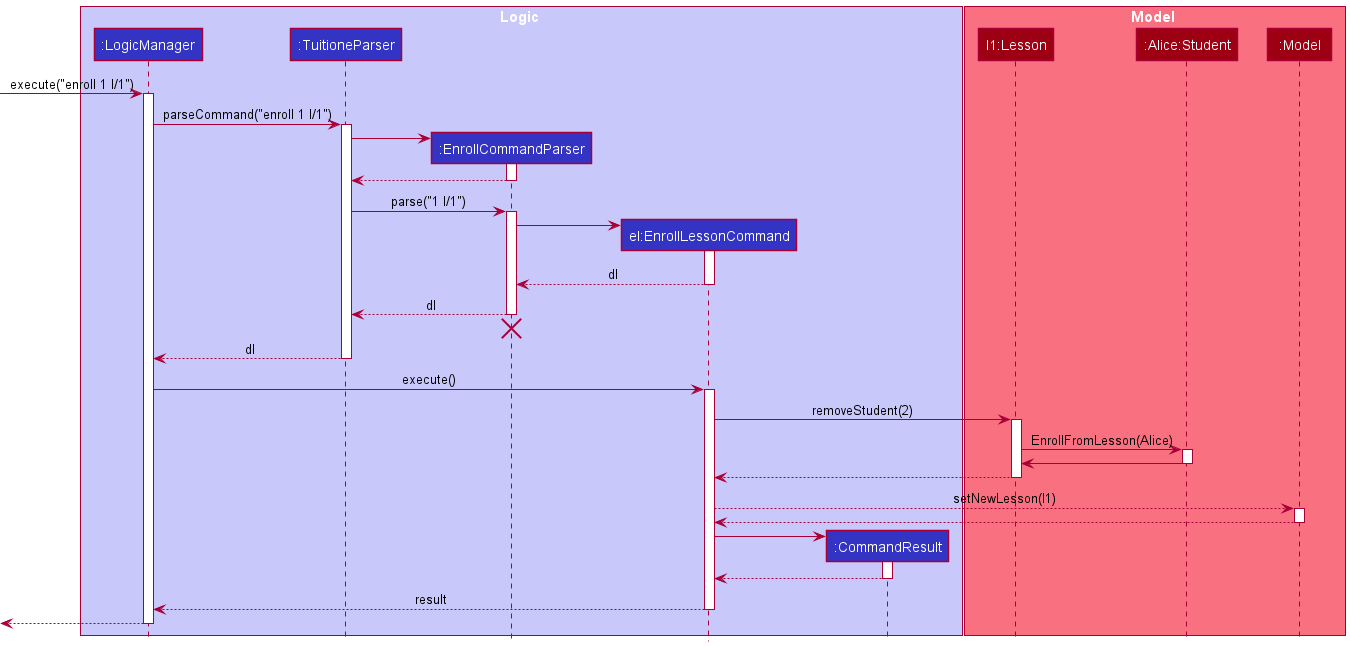
Before: docs/images/DeveloperGuideImage/EnrollLessonSequenceDiagram.png, a diagram exported from PlantUML (nus-cs2103-AY2122S1/tp).
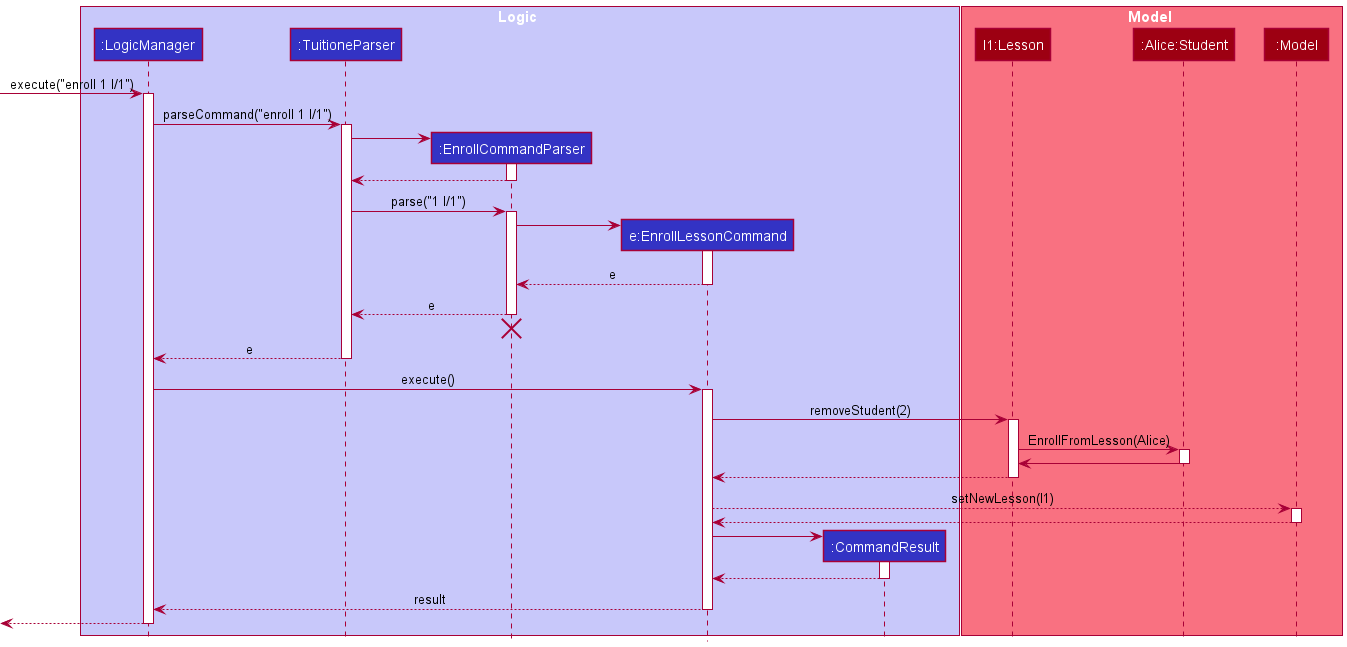
After the change.

Commit message:
Updates to Enroll sequence and activity diagrams

Change to the diagram source:
```diff
@@ -5,7 +5,7 @@
 participant ":LogicManager" as LogicManager LOGIC_COLOR
 participant ":TuitioneParser" as TuitioneParser LOGIC_COLOR
 participant ":EnrollCommandParser" as EnrollCommandParser LOGIC_COLOR
-participant "el:EnrollLessonCommand" as EnrollLessonCommand LOGIC_COLOR
+participant "e:EnrollLessonCommand" as EnrollLessonCommand LOGIC_COLOR
 participant ":CommandResult" as CommandResult LOGIC_COLOR
 end box
 
@@ -13,8 +13,6 @@
 participant "l1:Lesson" as Lesson MODEL_COLOR
 participant ":Alice:Student" as Student MODEL_COLOR
 participant ":Model" as Model MODEL_COLOR
-
-
 
 end box
 
@@ -38,15 +36,15 @@
 EnrollCommandParser -> EnrollLessonCommand :
 activate EnrollLessonCommand
 
-EnrollLessonCommand --> EnrollCommandParser : dl
+EnrollLessonCommand --> EnrollCommandParser : e
 deactivate EnrollLessonCommand
 
-EnrollCommandParser --> TuitioneParser : dl
+EnrollCommandParser --> TuitioneParser : e
 deactivate EnrollCommandParser
 EnrollCommandParser -[hidden]-> TuitioneParser
 destroy EnrollCommandParser
 
-TuitioneParser --> LogicManager  : dl
+TuitioneParser --> LogicManager  : e
 deactivate TuitioneParser
 
 LogicManager -> EnrollLessonCommand : execute()
```
